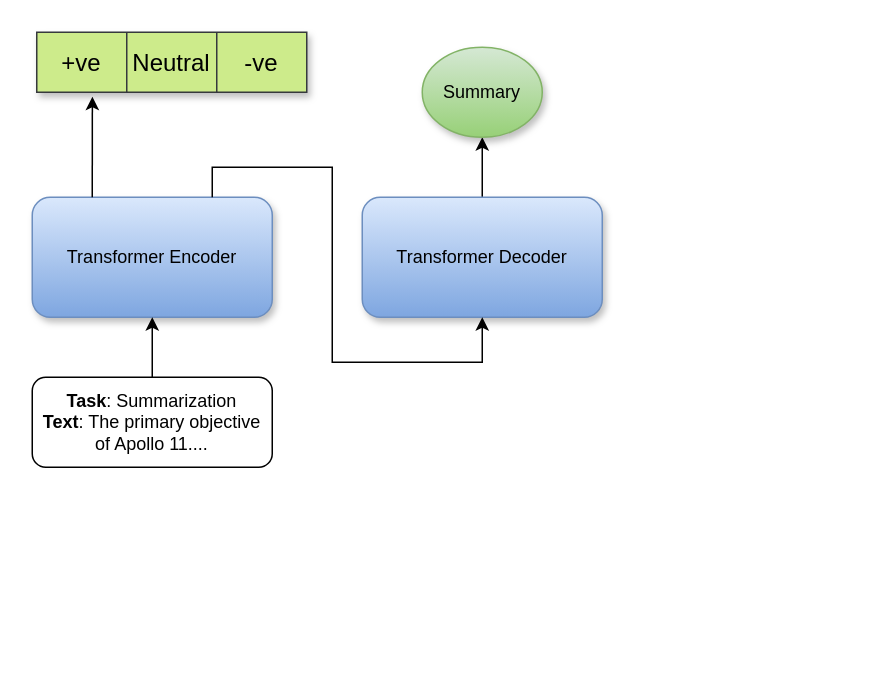
Before: transformer_isro.drawio in babangain/drawio, a draw.io diagram. Source tidied: cells renumbered, new cells numbered last; positions are measured from the earlier drawing's top-left corner, leaving out a move shared by most shapes. Both pictures are drawn from the tidied source at 150%, with x=0, y=0 at pixel (32, 32).
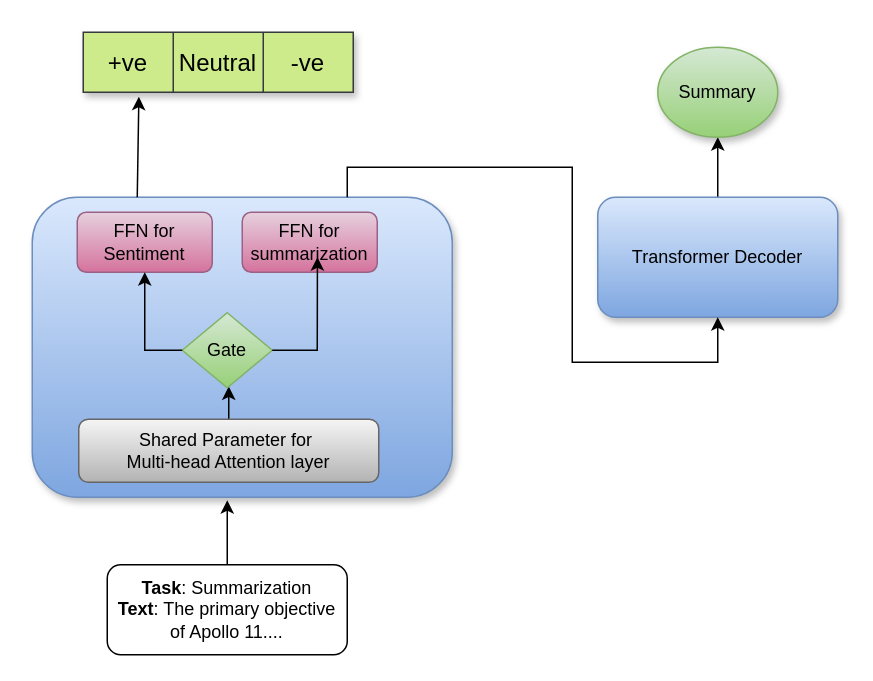
After the change.

The edit, as a diff of the source:
```diff
@@
-    <mxCell id="2" value="&lt;div&gt;Transformer Encoder&lt;/div&gt;" style="rounded=1;whiteSpace=wrap;html=1;shadow=1;glass=0;fillColor=#dae8fc;strokeColor=#6c8ebf;gradientColor=#7ea6e0;" parent="1" vertex="1">
-      <mxGeometry y="110" width="160" height="80" as="geometry" />
+    <mxCell id="2" value="&lt;div&gt;&lt;br&gt;&lt;/div&gt;" style="rounded=1;whiteSpace=wrap;html=1;shadow=1;glass=0;fillColor=#dae8fc;strokeColor=#6c8ebf;gradientColor=#7ea6e0;" parent="1" vertex="1">
+      <mxGeometry y="110" width="280" height="200" as="geometry" />
     </mxCell>
@@
     <mxCell id="4" value="&lt;div&gt;Transformer Decoder&lt;/div&gt;" style="rounded=1;whiteSpace=wrap;html=1;shadow=1;fillColor=#dae8fc;strokeColor=#6c8ebf;gradientColor=#7ea6e0;" parent="1" vertex="1">
-      <mxGeometry x="220" y="110" width="160" height="80" as="geometry" />
+      <mxGeometry x="377" y="110" width="160" height="80" as="geometry" />
     </mxCell>
     <mxCell id="5" style="endArrow=classic;html=1;rounded=0;exitX=0.75;exitY=0;exitDx=0;exitDy=0;entryX=0.5;entryY=1;entryDx=0;entryDy=0;" parent="1" edge="1" source="2" target="4">
       <mxGeometry relative="1" as="geometry">
         <Array as="points">
-          <mxPoint x="120" y="90" />
-          <mxPoint x="200" y="90" />
-          <mxPoint x="200" y="220" />
-          <mxPoint x="300" y="220" />
+          <mxPoint x="210" y="90" />
+          <mxPoint x="360" y="90" />
+          <mxPoint x="360" y="220" />
+          <mxPoint x="457" y="220" />
         </Array>
       </mxGeometry>
     </mxCell>
     <mxCell id="6" style="shape=table;startSize=0;childLayout=tableLayout;fontSize=16;rounded=1;shadow=1;fillColor=#cdeb8b;strokeColor=#36393d;" parent="1" vertex="1">
-      <mxGeometry x="3" width="180" height="40" as="geometry" />
+      <mxGeometry x="34" width="180" height="40" as="geometry" />
     </mxCell>
@@
     <mxCell id="12" value="Summary" style="ellipse;whiteSpace=wrap;html=1;shadow=1;fillColor=#d5e8d4;gradientColor=#97d077;strokeColor=#82b366;" parent="1" vertex="1">
-      <mxGeometry x="260" y="10" width="80" height="60" as="geometry" />
+      <mxGeometry x="417" y="10" width="80" height="60" as="geometry" />
     </mxCell>
-    <mxCell id="13" style="edgeStyle=orthogonalEdgeStyle;rounded=0;jettySize=auto;html=1;" parent="1" edge="1" source="14" target="2">
-      <mxGeometry relative="1" as="geometry" />
+    <mxCell id="13" style="edgeStyle=orthogonalEdgeStyle;rounded=0;jettySize=auto;html=1;exitX=0.5;exitY=0;exitDx=0;exitDy=0;" parent="1" edge="1" source="14">
+      <mxGeometry relative="1" as="geometry">
+        <mxPoint x="130" y="312" as="targetPoint" />
+      </mxGeometry>
     </mxCell>
     <mxCell id="14" value="&lt;div&gt;&lt;b&gt;Task&lt;/b&gt;: Summarization&lt;/div&gt;&lt;div&gt;&lt;b&gt;Text&lt;/b&gt;: The primary objective of Apollo 11....&lt;/div&gt;" style="rounded=1;whiteSpace=wrap;html=1;" parent="1" vertex="1">
-      <mxGeometry y="230" width="160" height="60" as="geometry" />
+      <mxGeometry x="50" y="355" width="160" height="60" as="geometry" />
     </mxCell>
+    <mxCell id="15" style="edgeStyle=orthogonalEdgeStyle;rounded=0;jettySize=auto;html=1;" parent="1" edge="1" source="16" target="17">
+      <mxGeometry relative="1" as="geometry">
+        <Array as="points">
+          <mxPoint x="130" y="260" />
+          <mxPoint x="130" y="260" />
+        </Array>
+      </mxGeometry>
+    </mxCell>
+    <mxCell id="16" value="&lt;div&gt;Shared Parameter for&amp;nbsp;&lt;/div&gt;&lt;div&gt;Multi-head Attention layer&lt;/div&gt;" style="rounded=1;whiteSpace=wrap;html=1;fillColor=#f5f5f5;strokeColor=#666666;gradientColor=#b3b3b3;" parent="1" vertex="1">
+      <mxGeometry x="31" y="258" width="200" height="42" as="geometry" />
+    </mxCell>
+    <mxCell id="17" value="Gate" style="rhombus;whiteSpace=wrap;html=1;fillColor=#d5e8d4;gradientColor=#97d077;strokeColor=#82b366;" parent="1" vertex="1">
+      <mxGeometry x="100" y="187" width="60" height="50" as="geometry" />
+    </mxCell>
+    <mxCell id="18" value="FFN for Sentiment" style="rounded=1;whiteSpace=wrap;html=1;fillColor=#e6d0de;gradientColor=#d5739d;strokeColor=#996185;" parent="1" vertex="1">
+      <mxGeometry x="30" y="120" width="90" height="40" as="geometry" />
+    </mxCell>
+    <mxCell id="19" value="FFN for summarization" style="rounded=1;whiteSpace=wrap;html=1;fillColor=#e6d0de;gradientColor=#d5739d;strokeColor=#996185;" parent="1" vertex="1">
+      <mxGeometry x="140" y="120" width="90" height="40" as="geometry" />
+    </mxCell>
+    <mxCell id="20" style="endArrow=classic;html=1;rounded=0;exitX=1;exitY=0.5;exitDx=0;exitDy=0;entryX=0.679;entryY=0.2;entryDx=0;entryDy=0;entryPerimeter=0;" parent="1" edge="1" source="17" target="2">
+      <mxGeometry relative="1" as="geometry">
+        <Array as="points">
+          <mxPoint x="190" y="212" />
+        </Array>
+      </mxGeometry>
+    </mxCell>
+    <mxCell id="21" style="endArrow=classic;html=1;rounded=0;exitX=0;exitY=0.5;exitDx=0;exitDy=0;entryX=0.5;entryY=1;entryDx=0;entryDy=0;" parent="1" edge="1" source="17" target="18">
+      <mxGeometry relative="1" as="geometry">
+        <Array as="points">
+          <mxPoint x="75" y="212" />
+        </Array>
+      </mxGeometry>
+    </mxCell>
```
